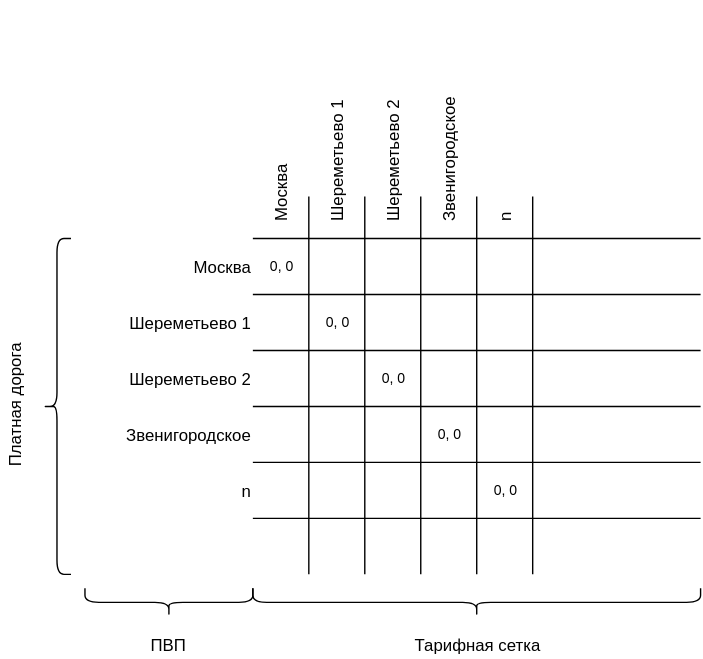
The draw.io diagram roads.svg in ajile/draw-io, before a commit. Source tidied: cells renumbered, new cells last; positions are measured from the earlier drawing's top-left corner, leaving out a move shared by most shapes. Its diagram source:
```xml
<mxGraphModel>
  <root>
    <mxCell id="0" />
    <mxCell id="1" value="Untitled Layer" parent="0" />
    <mxCell id="2" style="endArrow=none;html=1;" parent="1" edge="1">
      <mxGeometry relative="1" as="geometry">
        <mxPoint x="180" y="170" as="sourcePoint" />
        <mxPoint x="500" y="170" as="targetPoint" />
      </mxGeometry>
    </mxCell>
    <mxCell id="3" value="Москва" style="text;html=1;strokeColor=none;fillColor=none;align=right;verticalAlign=middle;whiteSpace=wrap;rounded=0;" parent="1" vertex="1">
      <mxGeometry x="20" y="180" width="160" height="20" as="geometry" />
    </mxCell>
    <mxCell id="4" value="&lt;span&gt;Шереметьево 1&lt;/span&gt;" style="text;html=1;strokeColor=none;fillColor=none;align=right;verticalAlign=middle;whiteSpace=wrap;rounded=0;" parent="1" vertex="1">
      <mxGeometry x="20" y="220" width="160" height="20" as="geometry" />
    </mxCell>
    <mxCell id="5" value="Шереметьево 2" style="text;html=1;strokeColor=none;fillColor=none;align=right;verticalAlign=middle;whiteSpace=wrap;rounded=0;" parent="1" vertex="1">
      <mxGeometry x="20" y="260" width="160" height="20" as="geometry" />
    </mxCell>
    <mxCell id="6" value="Звенигородское" style="text;html=1;strokeColor=none;fillColor=none;align=right;verticalAlign=middle;whiteSpace=wrap;rounded=0;" parent="1" vertex="1">
      <mxGeometry x="20" y="300" width="160" height="20" as="geometry" />
    </mxCell>
    <mxCell id="7" value="n&lt;br&gt;" style="text;html=1;strokeColor=none;fillColor=none;align=right;verticalAlign=middle;whiteSpace=wrap;rounded=0;" parent="1" vertex="1">
      <mxGeometry x="20" y="340" width="160" height="20" as="geometry" />
    </mxCell>
    <mxCell id="8" value="Москва" style="text;html=1;strokeColor=none;fillColor=none;align=left;verticalAlign=middle;whiteSpace=wrap;rounded=0;horizontal=0;direction=south;" parent="1" vertex="1">
      <mxGeometry x="190" width="20" height="160" as="geometry" />
    </mxCell>
    <mxCell id="9" value="Шереметьево 1" style="text;html=1;strokeColor=none;fillColor=none;align=left;verticalAlign=middle;whiteSpace=wrap;rounded=0;horizontal=0;direction=south;" parent="1" vertex="1">
      <mxGeometry x="230" width="20" height="160" as="geometry" />
    </mxCell>
    <mxCell id="10" value="Шереметьево 2" style="text;html=1;strokeColor=none;fillColor=none;align=left;verticalAlign=middle;whiteSpace=wrap;rounded=0;horizontal=0;direction=south;" parent="1" vertex="1">
      <mxGeometry x="270" width="20" height="160" as="geometry" />
    </mxCell>
    <mxCell id="11" value="Звенигородское" style="text;html=1;strokeColor=none;fillColor=none;align=left;verticalAlign=middle;whiteSpace=wrap;rounded=0;horizontal=0;direction=south;" parent="1" vertex="1">
      <mxGeometry x="310" width="20" height="160" as="geometry" />
    </mxCell>
    <mxCell id="12" value="n" style="text;html=1;strokeColor=none;fillColor=none;align=left;verticalAlign=middle;whiteSpace=wrap;rounded=0;horizontal=0;direction=south;" parent="1" vertex="1">
      <mxGeometry x="350" width="20" height="160" as="geometry" />
    </mxCell>
    <mxCell id="13" style="endArrow=none;html=1;" parent="1" edge="1">
      <mxGeometry relative="1" as="geometry">
        <mxPoint x="180" y="210" as="sourcePoint" />
        <mxPoint x="500" y="210" as="targetPoint" />
      </mxGeometry>
    </mxCell>
    <mxCell id="14" style="endArrow=none;html=1;" parent="1" edge="1">
      <mxGeometry relative="1" as="geometry">
        <mxPoint x="180" y="250" as="sourcePoint" />
        <mxPoint x="500" y="250" as="targetPoint" />
      </mxGeometry>
    </mxCell>
    <mxCell id="15" style="endArrow=none;html=1;" parent="1" edge="1">
      <mxGeometry relative="1" as="geometry">
        <mxPoint x="180" y="290" as="sourcePoint" />
        <mxPoint x="500" y="290" as="targetPoint" />
      </mxGeometry>
    </mxCell>
    <mxCell id="16" style="endArrow=none;html=1;" parent="1" edge="1">
      <mxGeometry relative="1" as="geometry">
        <mxPoint x="180" y="330" as="sourcePoint" />
        <mxPoint x="500" y="330" as="targetPoint" />
      </mxGeometry>
    </mxCell>
    <mxCell id="17" style="endArrow=none;html=1;" parent="1" edge="1">
      <mxGeometry relative="1" as="geometry">
        <mxPoint x="220" y="410" as="sourcePoint" />
        <mxPoint x="220" y="140" as="targetPoint" />
      </mxGeometry>
    </mxCell>
    <mxCell id="18" style="endArrow=none;html=1;" parent="1" edge="1">
      <mxGeometry relative="1" as="geometry">
        <mxPoint x="260" y="410" as="sourcePoint" />
        <mxPoint x="260" y="140" as="targetPoint" />
      </mxGeometry>
    </mxCell>
    <mxCell id="19" style="endArrow=none;html=1;" parent="1" edge="1">
      <mxGeometry relative="1" as="geometry">
        <mxPoint x="300" y="410" as="sourcePoint" />
        <mxPoint x="300" y="140" as="targetPoint" />
      </mxGeometry>
    </mxCell>
    <mxCell id="20" style="endArrow=none;html=1;" parent="1" edge="1">
      <mxGeometry relative="1" as="geometry">
        <mxPoint x="340" y="410" as="sourcePoint" />
        <mxPoint x="340" y="140" as="targetPoint" />
      </mxGeometry>
    </mxCell>
    <mxCell id="21" style="endArrow=none;html=1;" parent="1" edge="1">
      <mxGeometry relative="1" as="geometry">
        <mxPoint x="380" y="410" as="sourcePoint" />
        <mxPoint x="380" y="140" as="targetPoint" />
      </mxGeometry>
    </mxCell>
    <mxCell id="22" style="endArrow=none;html=1;" parent="1" edge="1">
      <mxGeometry relative="1" as="geometry">
        <mxPoint x="180" y="370" as="sourcePoint" />
        <mxPoint x="500" y="370" as="targetPoint" />
      </mxGeometry>
    </mxCell>
    <mxCell id="23" value="0, 0" style="text;html=1;strokeColor=none;fillColor=none;align=center;verticalAlign=middle;whiteSpace=wrap;rounded=0;fontSize=10;" parent="1" vertex="1">
      <mxGeometry x="185" y="180" width="30" height="20" as="geometry" />
    </mxCell>
    <mxCell id="24" value="0, 0" style="text;html=1;strokeColor=none;fillColor=none;align=center;verticalAlign=middle;whiteSpace=wrap;rounded=0;fontSize=10;" parent="1" vertex="1">
      <mxGeometry x="225" y="220" width="30" height="20" as="geometry" />
    </mxCell>
    <mxCell id="25" value="0, 0" style="text;html=1;strokeColor=none;fillColor=none;align=center;verticalAlign=middle;whiteSpace=wrap;rounded=0;fontSize=10;" parent="1" vertex="1">
      <mxGeometry x="265" y="260" width="30" height="20" as="geometry" />
    </mxCell>
    <mxCell id="26" value="0, 0" style="text;html=1;strokeColor=none;fillColor=none;align=center;verticalAlign=middle;whiteSpace=wrap;rounded=0;fontSize=10;" parent="1" vertex="1">
      <mxGeometry x="305" y="300" width="30" height="20" as="geometry" />
    </mxCell>
    <mxCell id="27" value="0, 0" style="text;html=1;strokeColor=none;fillColor=none;align=center;verticalAlign=middle;whiteSpace=wrap;rounded=0;fontSize=10;" parent="1" vertex="1">
      <mxGeometry x="345" y="340" width="30" height="20" as="geometry" />
    </mxCell>
    <mxCell id="28" style="shape=curlyBracket;whiteSpace=wrap;html=1;rounded=1;fontSize=10;align=left;direction=north;" parent="1" vertex="1">
      <mxGeometry x="60" y="420" width="120" height="20" as="geometry" />
    </mxCell>
    <mxCell id="29" value="ПВП" style="text;html=1;strokeColor=none;fillColor=none;align=center;verticalAlign=middle;whiteSpace=wrap;rounded=0;" parent="1" vertex="1">
      <mxGeometry x="60" y="450" width="120" height="20" as="geometry" />
    </mxCell>
    <mxCell id="30" style="shape=curlyBracket;whiteSpace=wrap;html=1;rounded=1;fontSize=10;align=left;direction=north;" parent="1" vertex="1">
      <mxGeometry x="180" y="420" width="320" height="20" as="geometry" />
    </mxCell>
    <mxCell id="31" value="Тарифная сетка" style="text;html=1;strokeColor=none;fillColor=none;align=center;verticalAlign=middle;whiteSpace=wrap;rounded=0;" parent="1" vertex="1">
      <mxGeometry x="180" y="450" width="320" height="20" as="geometry" />
    </mxCell>
    <mxCell id="32" style="shape=curlyBracket;whiteSpace=wrap;html=1;rounded=1;fontSize=10;align=center;" parent="1" vertex="1">
      <mxGeometry x="30" y="170" width="20" height="240" as="geometry" />
    </mxCell>
    <mxCell id="33" value="Платная дорога" style="text;html=1;strokeColor=none;fillColor=none;align=center;verticalAlign=middle;whiteSpace=wrap;rounded=0;direction=south;horizontal=0;" parent="1" vertex="1">
      <mxGeometry y="170" width="20" height="240" as="geometry" />
    </mxCell>
  </root>
</mxGraphModel>
```
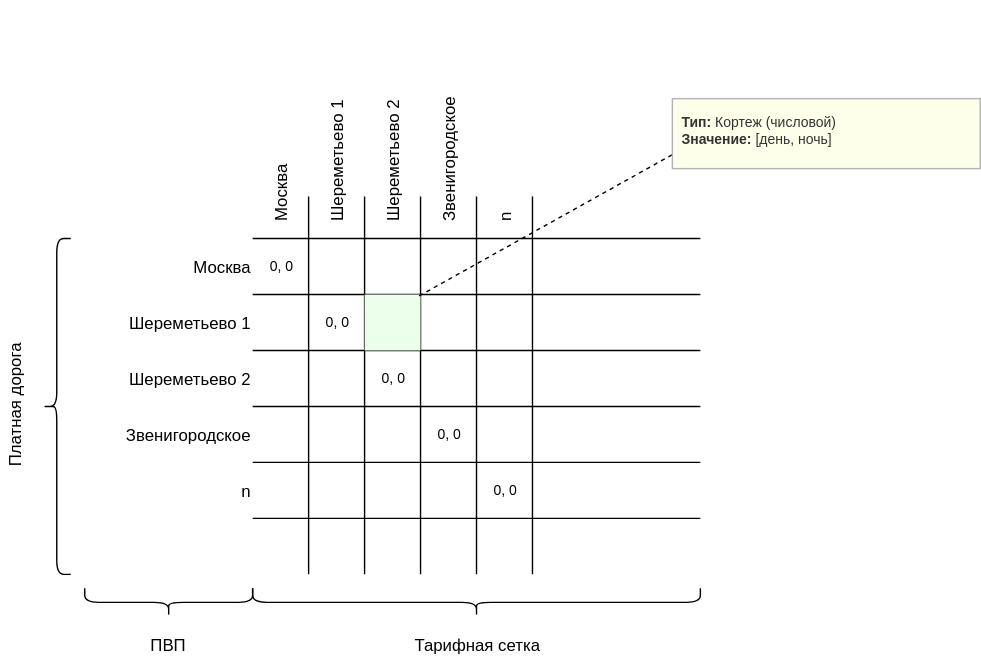
Above is the later version.

What changed in the source:
```diff
@@ -131,5 +131,16 @@
     <mxCell id="33" value="Платная дорога" style="text;html=1;strokeColor=none;fillColor=none;align=center;verticalAlign=middle;whiteSpace=wrap;rounded=0;direction=south;horizontal=0;" parent="1" vertex="1">
       <mxGeometry y="170" width="20" height="240" as="geometry" />
     </mxCell>
+    <mxCell id="34" style="rounded=0;whiteSpace=wrap;html=1;fontSize=10;align=center;strokeColor=none;fillColor=#EBFFEB;" parent="1" vertex="1">
+      <mxGeometry x="260" y="210" width="40" height="40" as="geometry" />
+    </mxCell>
+    <mxCell id="35" style="endArrow=none;dashed=1;html=1;fontSize=10;exitX=0.975;exitY=0.025;exitDx=0;exitDy=0;exitPerimeter=0;" parent="1" edge="1" source="34">
+      <mxGeometry relative="1" as="geometry">
+        <mxPoint x="480" y="110" as="targetPoint" />
+      </mxGeometry>
+    </mxCell>
+    <mxCell id="36" value="&lt;b&gt;Тип:&lt;/b&gt; Кортеж (числовой)&lt;br&gt;&lt;b&gt;Значение:&lt;/b&gt; [день, ночь]&lt;br&gt;" style="text;html=1;strokeColor=#B3B3B3;fillColor=#FEFFEB;align=left;verticalAlign=top;whiteSpace=wrap;rounded=0;fontSize=10;spacing=6;fontColor=#333333;" parent="1" vertex="1">
+      <mxGeometry x="480" y="70" width="220" height="50" as="geometry" />
+    </mxCell>
   </root>
 </mxGraphModel>
```
